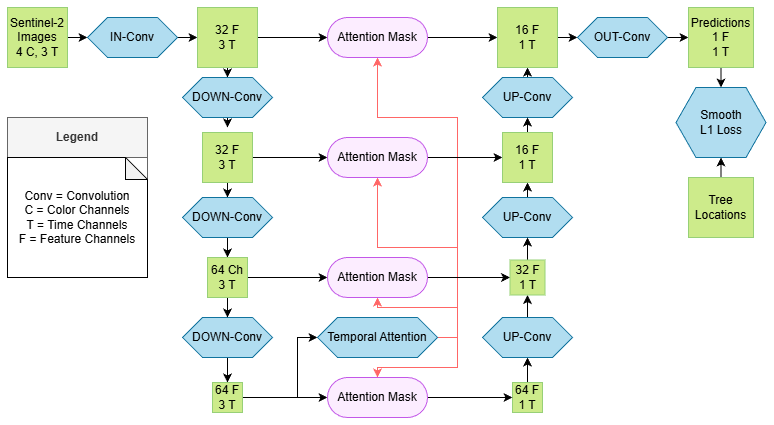
This is deliverables/3a. intermediate report/images/U-Net.png from nikmaster/wu_dslab_infrared-city, a draw.io export, as it was before one commit. Source tidied: cells renumbered, new cells last; positions are measured from the earlier drawing's top-left corner, leaving out a move shared by most shapes. Source of this version:
```xml
<mxGraphModel>
  <root>
    <mxCell id="0" />
    <mxCell id="1" parent="0" />
    <mxCell id="2" style="edgeStyle=orthogonalEdgeStyle;rounded=0;jettySize=auto;html=1;exitX=1;exitY=0.5;exitDx=0;exitDy=0;entryX=0;entryY=0.5;entryDx=0;entryDy=0;" parent="1" edge="1" source="3" target="5">
      <mxGeometry relative="1" as="geometry" />
    </mxCell>
    <mxCell id="3" value="&lt;font style=&quot;color: rgb(0, 0, 0);&quot;&gt;Sentinel-2 Images&lt;/font&gt;&lt;div&gt;&lt;font style=&quot;color: rgb(0, 0, 0);&quot;&gt;4 C, 3 T&lt;/font&gt;&lt;/div&gt;" style="rounded=0;whiteSpace=wrap;html=1;fillColor=#cdeb8b;strokeColor=#97D077;" parent="1" vertex="1">
      <mxGeometry width="60" height="60" as="geometry" />
    </mxCell>
    <mxCell id="4" style="edgeStyle=orthogonalEdgeStyle;rounded=0;jettySize=auto;html=1;exitX=1;exitY=0.5;exitDx=0;exitDy=0;entryX=0;entryY=0.5;entryDx=0;entryDy=0;" parent="1" edge="1" source="5" target="8">
      <mxGeometry relative="1" as="geometry" />
    </mxCell>
    <mxCell id="5" value="&lt;font style=&quot;color: rgb(0, 0, 0);&quot;&gt;IN-Conv&lt;/font&gt;" style="shape=hexagon;perimeter=hexagonPerimeter2;whiteSpace=wrap;html=1;fixedSize=1;fillColor=#b1ddf0;strokeColor=#10739e;" parent="1" vertex="1">
      <mxGeometry x="80" y="10" width="90" height="40" as="geometry" />
    </mxCell>
    <mxCell id="6" style="edgeStyle=orthogonalEdgeStyle;rounded=0;jettySize=auto;html=1;exitX=0.5;exitY=1;exitDx=0;exitDy=0;" parent="1" edge="1" source="8" target="10">
      <mxGeometry relative="1" as="geometry" />
    </mxCell>
    <mxCell id="7" style="edgeStyle=orthogonalEdgeStyle;rounded=0;jettySize=auto;html=1;exitX=1;exitY=0.5;exitDx=0;exitDy=0;entryX=0;entryY=0.5;entryDx=0;entryDy=0;" parent="1" edge="1" source="8" target="38">
      <mxGeometry relative="1" as="geometry" />
    </mxCell>
    <mxCell id="8" value="&lt;font style=&quot;color: rgb(0, 0, 0);&quot;&gt;32 F&lt;/font&gt;&lt;div&gt;&lt;font style=&quot;color: rgb(0, 0, 0);&quot;&gt;3 T&lt;/font&gt;&lt;/div&gt;" style="rounded=0;whiteSpace=wrap;html=1;fillColor=#cdeb8b;strokeColor=#97D077;" parent="1" vertex="1">
      <mxGeometry x="190" width="60" height="60" as="geometry" />
    </mxCell>
    <mxCell id="9" style="edgeStyle=orthogonalEdgeStyle;rounded=0;jettySize=auto;html=1;exitX=0.5;exitY=1;exitDx=0;exitDy=0;" parent="1" edge="1" source="10">
      <mxGeometry relative="1" as="geometry">
        <mxPoint x="220" y="120" as="targetPoint" />
      </mxGeometry>
    </mxCell>
    <mxCell id="10" value="&lt;font style=&quot;color: rgb(0, 0, 0);&quot;&gt;DOWN-Conv&lt;/font&gt;" style="shape=hexagon;perimeter=hexagonPerimeter2;whiteSpace=wrap;html=1;fixedSize=1;fillColor=#b1ddf0;strokeColor=#10739e;" parent="1" vertex="1">
      <mxGeometry x="175" y="70" width="90" height="40" as="geometry" />
    </mxCell>
    <mxCell id="11" style="edgeStyle=orthogonalEdgeStyle;rounded=0;jettySize=auto;html=1;exitX=1;exitY=0.5;exitDx=0;exitDy=0;entryX=0;entryY=0.5;entryDx=0;entryDy=0;" parent="1" edge="1" source="13" target="36">
      <mxGeometry relative="1" as="geometry" />
    </mxCell>
    <mxCell id="12" style="edgeStyle=orthogonalEdgeStyle;rounded=0;jettySize=auto;html=1;exitX=0.5;exitY=1;exitDx=0;exitDy=0;" parent="1" edge="1" source="13" target="15">
      <mxGeometry relative="1" as="geometry" />
    </mxCell>
    <mxCell id="13" value="&lt;font style=&quot;color: rgb(0, 0, 0);&quot;&gt;32 F&lt;/font&gt;&lt;div&gt;&lt;font style=&quot;color: rgb(0, 0, 0);&quot;&gt;3 T&lt;/font&gt;&lt;/div&gt;" style="rounded=0;whiteSpace=wrap;html=1;fillColor=#cdeb8b;strokeColor=#97D077;" parent="1" vertex="1">
      <mxGeometry x="195" y="125" width="50" height="50" as="geometry" />
    </mxCell>
    <mxCell id="14" style="edgeStyle=orthogonalEdgeStyle;rounded=0;jettySize=auto;html=1;exitX=0.5;exitY=1;exitDx=0;exitDy=0;entryX=0.5;entryY=0;entryDx=0;entryDy=0;" parent="1" edge="1" source="15" target="20">
      <mxGeometry relative="1" as="geometry" />
    </mxCell>
    <mxCell id="15" value="&lt;font style=&quot;color: rgb(0, 0, 0);&quot;&gt;DOWN-Conv&lt;/font&gt;" style="shape=hexagon;perimeter=hexagonPerimeter2;whiteSpace=wrap;html=1;fixedSize=1;fillColor=#b1ddf0;strokeColor=#10739e;" parent="1" vertex="1">
      <mxGeometry x="175" y="190" width="90" height="40" as="geometry" />
    </mxCell>
    <mxCell id="16" style="edgeStyle=orthogonalEdgeStyle;rounded=0;jettySize=auto;html=1;exitX=0.5;exitY=1;exitDx=0;exitDy=0;entryX=0.5;entryY=0;entryDx=0;entryDy=0;" parent="1" edge="1" source="17" target="23">
      <mxGeometry relative="1" as="geometry" />
    </mxCell>
    <mxCell id="17" value="&lt;font style=&quot;color: rgb(0, 0, 0);&quot;&gt;DOWN-Conv&lt;/font&gt;" style="shape=hexagon;perimeter=hexagonPerimeter2;whiteSpace=wrap;html=1;fixedSize=1;fillColor=#b1ddf0;strokeColor=#10739e;" parent="1" vertex="1">
      <mxGeometry x="175" y="310" width="90" height="40" as="geometry" />
    </mxCell>
    <mxCell id="18" style="edgeStyle=orthogonalEdgeStyle;rounded=0;jettySize=auto;html=1;exitX=1;exitY=0.5;exitDx=0;exitDy=0;entryX=0;entryY=0.5;entryDx=0;entryDy=0;" parent="1" edge="1" source="20" target="34">
      <mxGeometry relative="1" as="geometry" />
    </mxCell>
    <mxCell id="19" style="edgeStyle=orthogonalEdgeStyle;rounded=0;jettySize=auto;html=1;exitX=0.5;exitY=1;exitDx=0;exitDy=0;entryX=0.5;entryY=0;entryDx=0;entryDy=0;" parent="1" edge="1" source="20" target="17">
      <mxGeometry relative="1" as="geometry" />
    </mxCell>
    <mxCell id="20" value="&lt;font style=&quot;color: rgb(0, 0, 0);&quot;&gt;64 Ch&lt;/font&gt;&lt;div&gt;&lt;font style=&quot;color: rgb(0, 0, 0);&quot;&gt;3 T&lt;/font&gt;&lt;/div&gt;" style="rounded=0;whiteSpace=wrap;html=1;fillColor=#cdeb8b;strokeColor=#97D077;" parent="1" vertex="1">
      <mxGeometry x="200" y="250" width="40" height="40" as="geometry" />
    </mxCell>
    <mxCell id="21" style="edgeStyle=orthogonalEdgeStyle;rounded=0;jettySize=auto;html=1;exitX=1;exitY=0.5;exitDx=0;exitDy=0;entryX=0;entryY=0.5;entryDx=0;entryDy=0;" parent="1" edge="1" source="23" target="32">
      <mxGeometry relative="1" as="geometry" />
    </mxCell>
    <mxCell id="22" style="edgeStyle=orthogonalEdgeStyle;rounded=0;jettySize=auto;html=1;exitX=1;exitY=0.5;exitDx=0;exitDy=0;entryX=0;entryY=0.5;entryDx=0;entryDy=0;" parent="1" edge="1" source="23" target="30">
      <mxGeometry relative="1" as="geometry">
        <Array as="points">
          <mxPoint x="290" y="390" />
          <mxPoint x="290" y="330" />
        </Array>
      </mxGeometry>
    </mxCell>
    <mxCell id="23" value="&lt;font style=&quot;color: rgb(0, 0, 0);&quot;&gt;64 F&lt;/font&gt;&lt;div&gt;&lt;font style=&quot;color: rgb(0, 0, 0);&quot;&gt;3 T&lt;/font&gt;&lt;/div&gt;" style="rounded=0;whiteSpace=wrap;html=1;fillColor=#cdeb8b;strokeColor=#97D077;" parent="1" vertex="1">
      <mxGeometry x="205" y="375" width="30" height="30" as="geometry" />
    </mxCell>
    <mxCell id="24" style="edgeStyle=orthogonalEdgeStyle;rounded=0;jettySize=auto;html=1;exitX=0.5;exitY=0;exitDx=0;exitDy=0;entryX=0.5;entryY=1;entryDx=0;entryDy=0;" parent="1" edge="1" source="25" target="40">
      <mxGeometry relative="1" as="geometry" />
    </mxCell>
    <mxCell id="25" value="&lt;font style=&quot;color: rgb(0, 0, 0);&quot;&gt;64 F&lt;/font&gt;&lt;div&gt;&lt;font color=&quot;#000000&quot;&gt;1 T&lt;/font&gt;&lt;/div&gt;" style="rounded=0;whiteSpace=wrap;html=1;fillColor=#cdeb8b;strokeColor=#97D077;" parent="1" vertex="1">
      <mxGeometry x="505" y="375" width="30" height="30" as="geometry" />
    </mxCell>
    <mxCell id="26" style="edgeStyle=orthogonalEdgeStyle;rounded=0;jettySize=auto;html=1;exitX=1;exitY=0.5;exitDx=0;exitDy=0;entryX=0.5;entryY=1;entryDx=0;entryDy=0;strokeColor=#FF6666;" parent="1" edge="1" source="30" target="36">
      <mxGeometry relative="1" as="geometry" />
    </mxCell>
    <mxCell id="27" style="edgeStyle=orthogonalEdgeStyle;rounded=0;jettySize=auto;html=1;exitX=1;exitY=0.5;exitDx=0;exitDy=0;entryX=0.5;entryY=1;entryDx=0;entryDy=0;strokeColor=#FF6666;" parent="1" edge="1" source="30" target="38">
      <mxGeometry relative="1" as="geometry">
        <Array as="points">
          <mxPoint x="450" y="330" />
          <mxPoint x="450" y="110" />
          <mxPoint x="370" y="110" />
        </Array>
      </mxGeometry>
    </mxCell>
    <mxCell id="28" style="edgeStyle=orthogonalEdgeStyle;rounded=0;jettySize=auto;html=1;exitX=1;exitY=0.5;exitDx=0;exitDy=0;entryX=0.5;entryY=0;entryDx=0;entryDy=0;strokeColor=#FF6666;" parent="1" edge="1" source="30" target="32">
      <mxGeometry relative="1" as="geometry">
        <Array as="points">
          <mxPoint x="450" y="330" />
          <mxPoint x="450" y="360" />
          <mxPoint x="370" y="360" />
        </Array>
      </mxGeometry>
    </mxCell>
    <mxCell id="29" style="edgeStyle=orthogonalEdgeStyle;rounded=0;jettySize=auto;html=1;exitX=1;exitY=0.5;exitDx=0;exitDy=0;entryX=0.5;entryY=1;entryDx=0;entryDy=0;strokeColor=#FF6666;" parent="1" edge="1" source="30" target="34">
      <mxGeometry relative="1" as="geometry">
        <Array as="points">
          <mxPoint x="450" y="330" />
          <mxPoint x="450" y="300" />
          <mxPoint x="370" y="300" />
        </Array>
      </mxGeometry>
    </mxCell>
    <mxCell id="30" value="&lt;font style=&quot;color: rgb(0, 0, 0);&quot;&gt;Temporal Attention&lt;/font&gt;" style="shape=hexagon;perimeter=hexagonPerimeter2;whiteSpace=wrap;html=1;fixedSize=1;fillColor=#b1ddf0;strokeColor=#10739e;" parent="1" vertex="1">
      <mxGeometry x="310" y="310" width="120" height="40" as="geometry" />
    </mxCell>
    <mxCell id="31" style="edgeStyle=orthogonalEdgeStyle;rounded=0;jettySize=auto;html=1;exitX=1;exitY=0.5;exitDx=0;exitDy=0;entryX=0;entryY=0.5;entryDx=0;entryDy=0;" parent="1" edge="1" source="32" target="25">
      <mxGeometry relative="1" as="geometry" />
    </mxCell>
    <mxCell id="32" value="&lt;font style=&quot;color: rgb(0, 0, 0);&quot;&gt;Attention Mask&lt;/font&gt;" style="rounded=1;whiteSpace=wrap;html=1;arcSize=50;fillColor=#FCEDFF;strokeColor=#C358E8;" parent="1" vertex="1">
      <mxGeometry x="320" y="370" width="100" height="40" as="geometry" />
    </mxCell>
    <mxCell id="33" style="edgeStyle=orthogonalEdgeStyle;rounded=0;jettySize=auto;html=1;exitX=1;exitY=0.5;exitDx=0;exitDy=0;entryX=0;entryY=0.5;entryDx=0;entryDy=0;" parent="1" edge="1" source="34" target="46">
      <mxGeometry relative="1" as="geometry">
        <Array as="points">
          <mxPoint x="440" y="270" />
          <mxPoint x="440" y="270" />
        </Array>
      </mxGeometry>
    </mxCell>
    <mxCell id="34" value="&lt;font style=&quot;color: rgb(0, 0, 0);&quot;&gt;Attention Mask&lt;/font&gt;" style="rounded=1;whiteSpace=wrap;html=1;arcSize=50;fillColor=#FCEDFF;strokeColor=#C358E8;" parent="1" vertex="1">
      <mxGeometry x="320" y="250" width="100" height="40" as="geometry" />
    </mxCell>
    <mxCell id="35" style="edgeStyle=orthogonalEdgeStyle;rounded=0;jettySize=auto;html=1;exitX=1;exitY=0.5;exitDx=0;exitDy=0;entryX=0;entryY=0.5;entryDx=0;entryDy=0;" parent="1" edge="1" source="36" target="48">
      <mxGeometry relative="1" as="geometry" />
    </mxCell>
    <mxCell id="36" value="&lt;font style=&quot;color: rgb(0, 0, 0);&quot;&gt;Attention Mask&lt;/font&gt;" style="rounded=1;whiteSpace=wrap;html=1;arcSize=50;fillColor=#FCEDFF;strokeColor=#C358E8;" parent="1" vertex="1">
      <mxGeometry x="320" y="130" width="100" height="40" as="geometry" />
    </mxCell>
    <mxCell id="37" style="edgeStyle=orthogonalEdgeStyle;rounded=0;jettySize=auto;html=1;exitX=1;exitY=0.5;exitDx=0;exitDy=0;entryX=0;entryY=0.5;entryDx=0;entryDy=0;" parent="1" edge="1" source="38" target="50">
      <mxGeometry relative="1" as="geometry" />
    </mxCell>
    <mxCell id="38" value="&lt;font style=&quot;color: rgb(0, 0, 0);&quot;&gt;Attention Mask&lt;/font&gt;" style="rounded=1;whiteSpace=wrap;html=1;arcSize=50;fillColor=#FCEDFF;strokeColor=#C358E8;" parent="1" vertex="1">
      <mxGeometry x="320" y="10" width="100" height="40" as="geometry" />
    </mxCell>
    <mxCell id="39" style="edgeStyle=orthogonalEdgeStyle;rounded=0;jettySize=auto;html=1;exitX=0.5;exitY=0;exitDx=0;exitDy=0;entryX=0.5;entryY=1;entryDx=0;entryDy=0;" parent="1" edge="1" source="40" target="46">
      <mxGeometry relative="1" as="geometry" />
    </mxCell>
    <mxCell id="40" value="&lt;font style=&quot;color: rgb(0, 0, 0);&quot;&gt;UP-Conv&lt;/font&gt;" style="shape=hexagon;perimeter=hexagonPerimeter2;whiteSpace=wrap;html=1;fixedSize=1;fillColor=#b1ddf0;strokeColor=#10739e;" parent="1" vertex="1">
      <mxGeometry x="475" y="310" width="90" height="40" as="geometry" />
    </mxCell>
    <mxCell id="41" style="edgeStyle=orthogonalEdgeStyle;rounded=0;jettySize=auto;html=1;exitX=0.5;exitY=0;exitDx=0;exitDy=0;entryX=0.5;entryY=1;entryDx=0;entryDy=0;" parent="1" edge="1" source="42" target="48">
      <mxGeometry relative="1" as="geometry" />
    </mxCell>
    <mxCell id="42" value="&lt;font style=&quot;color: rgb(0, 0, 0);&quot;&gt;UP-Conv&lt;/font&gt;" style="shape=hexagon;perimeter=hexagonPerimeter2;whiteSpace=wrap;html=1;fixedSize=1;fillColor=#b1ddf0;strokeColor=#10739e;" parent="1" vertex="1">
      <mxGeometry x="475" y="190" width="90" height="40" as="geometry" />
    </mxCell>
    <mxCell id="43" style="edgeStyle=orthogonalEdgeStyle;rounded=0;jettySize=auto;html=1;exitX=0.5;exitY=0;exitDx=0;exitDy=0;entryX=0.5;entryY=1;entryDx=0;entryDy=0;" parent="1" edge="1" source="44" target="50">
      <mxGeometry relative="1" as="geometry" />
    </mxCell>
    <mxCell id="44" value="&lt;font style=&quot;color: rgb(0, 0, 0);&quot;&gt;UP-Conv&lt;/font&gt;" style="shape=hexagon;perimeter=hexagonPerimeter2;whiteSpace=wrap;html=1;fixedSize=1;fillColor=#b1ddf0;strokeColor=#10739e;" parent="1" vertex="1">
      <mxGeometry x="475" y="70" width="90" height="40" as="geometry" />
    </mxCell>
    <mxCell id="45" style="edgeStyle=orthogonalEdgeStyle;rounded=0;jettySize=auto;html=1;exitX=0.5;exitY=0;exitDx=0;exitDy=0;entryX=0.5;entryY=1;entryDx=0;entryDy=0;" parent="1" edge="1" source="46" target="42">
      <mxGeometry relative="1" as="geometry" />
    </mxCell>
    <mxCell id="46" value="&lt;font style=&quot;color: rgb(0, 0, 0);&quot;&gt;32 F&lt;/font&gt;&lt;div&gt;&lt;font color=&quot;#000000&quot;&gt;1 T&lt;/font&gt;&lt;/div&gt;" style="rounded=0;whiteSpace=wrap;html=1;fillColor=#cdeb8b;strokeColor=#97D077;" parent="1" vertex="1">
      <mxGeometry x="502.5" y="252.5" width="35" height="35" as="geometry" />
    </mxCell>
    <mxCell id="47" style="edgeStyle=orthogonalEdgeStyle;rounded=0;jettySize=auto;html=1;exitX=0.5;exitY=0;exitDx=0;exitDy=0;entryX=0.5;entryY=1;entryDx=0;entryDy=0;" parent="1" edge="1" source="48" target="44">
      <mxGeometry relative="1" as="geometry" />
    </mxCell>
    <mxCell id="48" value="&lt;font style=&quot;color: rgb(0, 0, 0);&quot;&gt;16 F&lt;/font&gt;&lt;div&gt;&lt;font color=&quot;#000000&quot;&gt;1 T&lt;/font&gt;&lt;/div&gt;" style="rounded=0;whiteSpace=wrap;html=1;fillColor=#cdeb8b;strokeColor=#97D077;" parent="1" vertex="1">
      <mxGeometry x="495" y="125" width="50" height="50" as="geometry" />
    </mxCell>
    <mxCell id="49" style="edgeStyle=orthogonalEdgeStyle;rounded=0;jettySize=auto;html=1;exitX=1;exitY=0.5;exitDx=0;exitDy=0;entryX=0;entryY=0.5;entryDx=0;entryDy=0;" parent="1" edge="1" source="50" target="52">
      <mxGeometry relative="1" as="geometry" />
    </mxCell>
    <mxCell id="50" value="&lt;font style=&quot;color: rgb(0, 0, 0);&quot;&gt;16 F&lt;/font&gt;&lt;div&gt;&lt;font color=&quot;#000000&quot;&gt;1 T&lt;/font&gt;&lt;/div&gt;" style="rounded=0;whiteSpace=wrap;html=1;fillColor=#cdeb8b;strokeColor=#97D077;" parent="1" vertex="1">
      <mxGeometry x="490" width="60" height="60" as="geometry" />
    </mxCell>
    <mxCell id="51" style="edgeStyle=orthogonalEdgeStyle;rounded=0;jettySize=auto;html=1;exitX=1;exitY=0.5;exitDx=0;exitDy=0;entryX=0;entryY=0.5;entryDx=0;entryDy=0;" parent="1" edge="1" source="52" target="57">
      <mxGeometry relative="1" as="geometry" />
    </mxCell>
    <mxCell id="52" value="&lt;font style=&quot;color: rgb(0, 0, 0);&quot;&gt;OUT&lt;/font&gt;&lt;span style=&quot;color: rgb(0, 0, 0); background-color: transparent;&quot;&gt;-Conv&lt;/span&gt;" style="shape=hexagon;perimeter=hexagonPerimeter2;whiteSpace=wrap;html=1;fixedSize=1;fillColor=#b1ddf0;strokeColor=#10739e;" parent="1" vertex="1">
      <mxGeometry x="570" y="10" width="90" height="40" as="geometry" />
    </mxCell>
    <mxCell id="53" style="edgeStyle=orthogonalEdgeStyle;rounded=0;jettySize=auto;html=1;exitX=0.5;exitY=0;exitDx=0;exitDy=0;entryX=0.5;entryY=1;entryDx=0;entryDy=0;" parent="1" edge="1" source="54" target="55">
      <mxGeometry relative="1" as="geometry" />
    </mxCell>
    <mxCell id="54" value="&lt;font color=&quot;#000000&quot;&gt;Tree Locations&lt;/font&gt;" style="rounded=0;whiteSpace=wrap;html=1;fillColor=#cdeb8b;strokeColor=#97D077;" parent="1" vertex="1">
      <mxGeometry x="681" y="170" width="65" height="60" as="geometry" />
    </mxCell>
    <mxCell id="55" value="&lt;font color=&quot;#000000&quot;&gt;Smooth&lt;/font&gt;&lt;div&gt;&lt;font color=&quot;#000000&quot;&gt;L1 Loss&lt;/font&gt;&lt;/div&gt;" style="shape=hexagon;perimeter=hexagonPerimeter2;whiteSpace=wrap;html=1;fixedSize=1;fillColor=#b1ddf0;strokeColor=#10739e;" parent="1" vertex="1">
      <mxGeometry x="668.5" y="80" width="90" height="70" as="geometry" />
    </mxCell>
    <mxCell id="56" style="edgeStyle=orthogonalEdgeStyle;rounded=0;jettySize=auto;html=1;exitX=0.5;exitY=1;exitDx=0;exitDy=0;entryX=0.5;entryY=0;entryDx=0;entryDy=0;" parent="1" edge="1" source="57" target="55">
      <mxGeometry relative="1" as="geometry" />
    </mxCell>
    <mxCell id="57" value="&lt;div&gt;&lt;font color=&quot;#000000&quot;&gt;Predictions&lt;/font&gt;&lt;/div&gt;&lt;font color=&quot;#000000&quot;&gt;1 F&lt;/font&gt;&lt;div&gt;&lt;font color=&quot;#000000&quot;&gt;1 T&lt;/font&gt;&lt;/div&gt;" style="rounded=0;whiteSpace=wrap;html=1;fillColor=#cdeb8b;strokeColor=#97D077;" parent="1" vertex="1">
      <mxGeometry x="681" width="65" height="60" as="geometry" />
    </mxCell>
    <mxCell id="58" value="Legend" style="swimlane;whiteSpace=wrap;html=1;fillColor=#f5f5f5;fontColor=#333333;strokeColor=#666666;startSize=40;" parent="1" vertex="1">
      <mxGeometry y="110" width="140" height="160" as="geometry" />
    </mxCell>
    <mxCell id="59" value="&lt;font color=&quot;#000000&quot;&gt;Conv = Convolution&lt;/font&gt;&lt;div&gt;&lt;font color=&quot;#000000&quot;&gt;C = Color Channels&lt;/font&gt;&lt;/div&gt;&lt;div&gt;&lt;font color=&quot;#000000&quot;&gt;T = Time Channels&lt;/font&gt;&lt;/div&gt;&lt;div&gt;&lt;font color=&quot;#000000&quot;&gt;F = Feature Channels&lt;/font&gt;&lt;/div&gt;" style="shape=note;whiteSpace=wrap;html=1;backgroundOutline=1;darkOpacity=0.05;size=22;fillColor=#FFFFFF;strokeColor=#000000;" parent="58" vertex="1">
      <mxGeometry y="40" width="140" height="120" as="geometry" />
    </mxCell>
  </root>
</mxGraphModel>
```
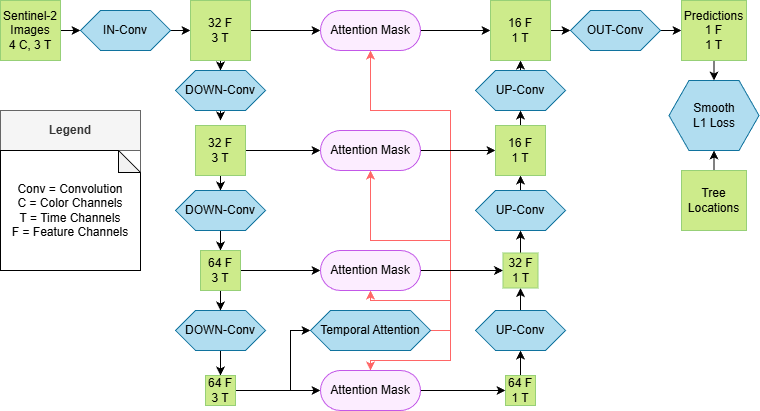
The same diagram one commit later.

The edit, as a diff of the source:
```diff
@@ -58,7 +58,7 @@
     <mxCell id="19" style="edgeStyle=orthogonalEdgeStyle;rounded=0;jettySize=auto;html=1;exitX=0.5;exitY=1;exitDx=0;exitDy=0;entryX=0.5;entryY=0;entryDx=0;entryDy=0;" parent="1" edge="1" source="20" target="17">
       <mxGeometry relative="1" as="geometry" />
     </mxCell>
-    <mxCell id="20" value="&lt;font style=&quot;color: rgb(0, 0, 0);&quot;&gt;64 Ch&lt;/font&gt;&lt;div&gt;&lt;font style=&quot;color: rgb(0, 0, 0);&quot;&gt;3 T&lt;/font&gt;&lt;/div&gt;" style="rounded=0;whiteSpace=wrap;html=1;fillColor=#cdeb8b;strokeColor=#97D077;" parent="1" vertex="1">
+    <mxCell id="20" value="&lt;font style=&quot;color: rgb(0, 0, 0);&quot;&gt;64 F&lt;/font&gt;&lt;div&gt;&lt;font style=&quot;color: rgb(0, 0, 0);&quot;&gt;3 T&lt;/font&gt;&lt;/div&gt;" style="rounded=0;whiteSpace=wrap;html=1;fillColor=#cdeb8b;strokeColor=#97D077;" parent="1" vertex="1">
       <mxGeometry x="200" y="250" width="40" height="40" as="geometry" />
     </mxCell>
     <mxCell id="21" style="edgeStyle=orthogonalEdgeStyle;rounded=0;jettySize=auto;html=1;exitX=1;exitY=0.5;exitDx=0;exitDy=0;entryX=0;entryY=0.5;entryDx=0;entryDy=0;" parent="1" edge="1" source="23" target="32">
```
